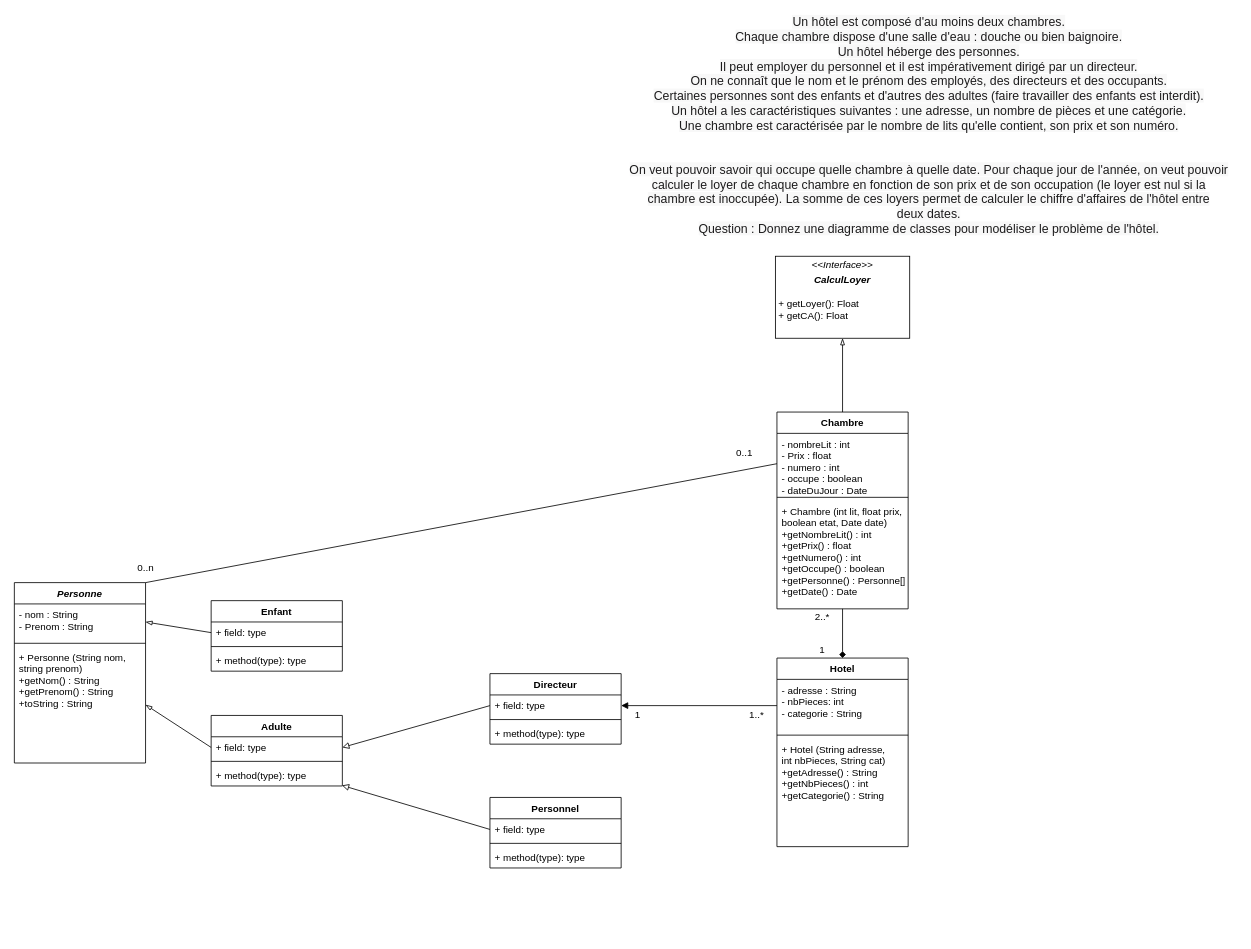
Above: exo10-ilot4.drawio in valentin-cochin/cda-uml-exos (draw.io), before the change. Source tidied: cells renumbered, new cells numbered last; positions are measured from the earlier drawing's top-left corner, leaving out a move shared by most shapes. Both pictures are drawn from the tidied source at 82%, with x=0, y=0 at pixel (14, 30).
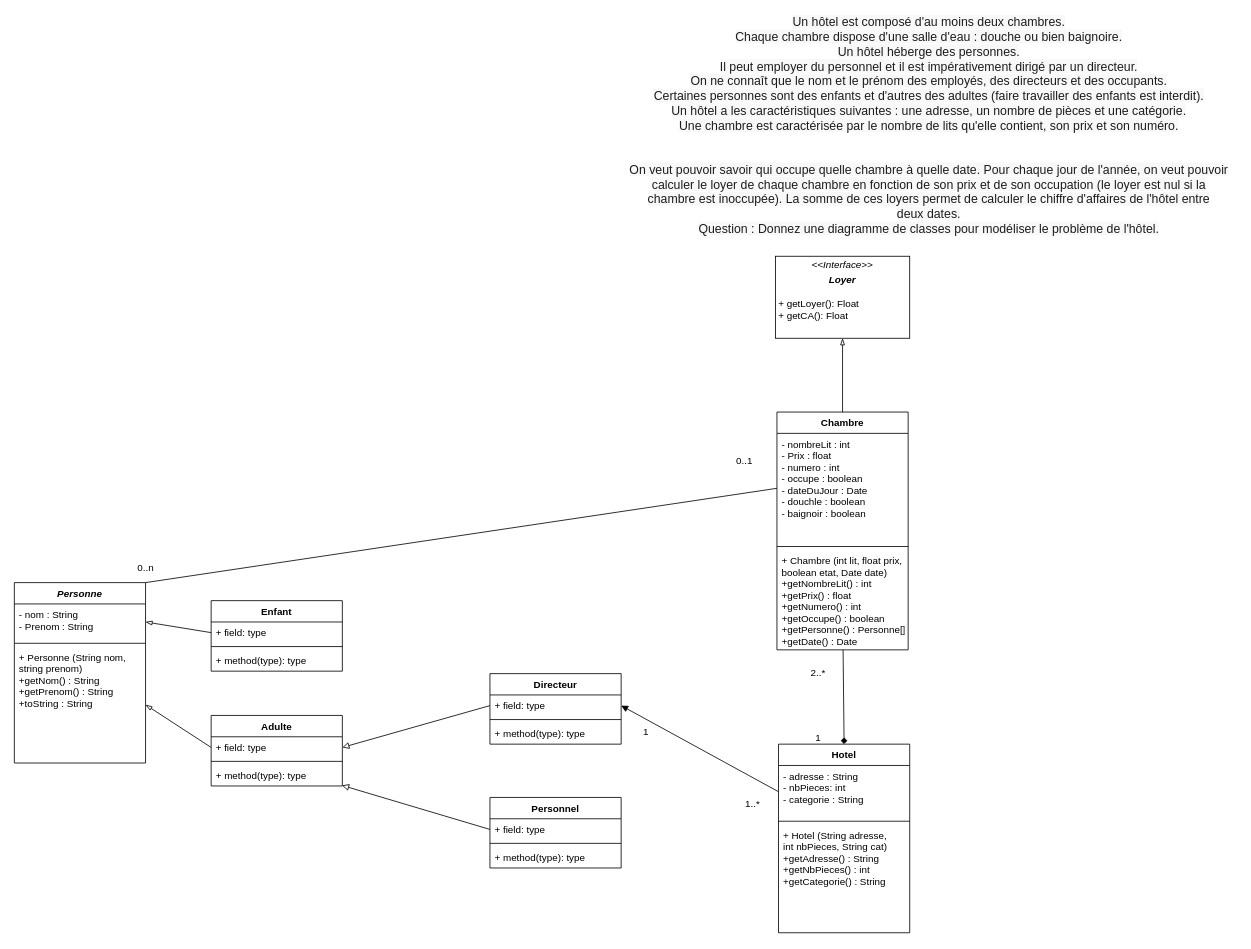
The same diagram, later.

Change to the diagram source:
```diff
@@
     <mxCell id="3" value="Hotel" style="swimlane;fontStyle=1;align=center;verticalAlign=top;horizontal=1;startSize=26;" parent="1" vertex="1">
-      <mxGeometry x="930" y="765" width="160" height="230" as="geometry" />
+      <mxGeometry x="931.9" y="870" width="160" height="230" as="geometry" />
     </mxCell>
@@
     <mxCell id="7" value="Chambre" style="swimlane;fontStyle=1;align=center;verticalAlign=top;horizontal=1;startSize=26;" parent="1" vertex="1">
-      <mxGeometry x="930" y="465" width="160" height="240" as="geometry" />
+      <mxGeometry x="930" y="465" width="160" height="290" as="geometry" />
     </mxCell>
-    <mxCell id="8" value="- nombreLit : int&#10;- Prix : float&#10;- numero : int&#10;- occupe : boolean&#10;- dateDuJour : Date" style="text;strokeColor=none;fillColor=none;align=left;verticalAlign=top;spacingLeft=4;spacingRight=4;overflow=hidden;points=[[0,0.5],[1,0.5]];portConstraint=eastwest;" parent="7" vertex="1">
-      <mxGeometry y="26" width="160" height="74" as="geometry" />
+    <mxCell id="8" value="- nombreLit : int&#10;- Prix : float&#10;- numero : int&#10;- occupe : boolean&#10;- dateDuJour : Date&#10;- douchle : boolean&#10;- baignoir : boolean" style="text;strokeColor=none;fillColor=none;align=left;verticalAlign=top;spacingLeft=4;spacingRight=4;overflow=hidden;points=[[0,0.5],[1,0.5]];portConstraint=eastwest;" parent="7" vertex="1">
+      <mxGeometry y="26" width="160" height="134" as="geometry" />
     </mxCell>
     <mxCell id="9" style="line;strokeWidth=1;fillColor=none;align=left;verticalAlign=middle;spacingTop=-1;spacingLeft=3;spacingRight=3;labelPosition=right;" parent="7" vertex="1">
-      <mxGeometry y="100" width="160" height="8" as="geometry" />
+      <mxGeometry y="160" width="160" height="8" as="geometry" />
     </mxCell>
     <mxCell id="10" value="+ Chambre (int lit, float prix,&#10;boolean etat, Date date)&#10;+getNombreLit() : int&#10;+getPrix() : float&#10;+getNumero() : int&#10;+getOccupe() : boolean&#10;+getPersonne() : Personne[]&#10;+getDate() : Date" style="text;strokeColor=none;fillColor=none;align=left;verticalAlign=top;spacingLeft=4;spacingRight=4;overflow=hidden;points=[[0,0.5],[1,0.5]];portConstraint=eastwest;" parent="7" vertex="1">
-      <mxGeometry y="108" width="160" height="132" as="geometry" />
+      <mxGeometry y="168" width="160" height="122" as="geometry" />
     </mxCell>
@@
     <mxCell id="37" value="1" style="text;html=1;align=center;verticalAlign=middle;" parent="1" vertex="1">
-      <mxGeometry x="750" y="825" width="20" height="20" as="geometry" />
+      <mxGeometry x="760" y="845" width="20" height="20" as="geometry" />
     </mxCell>
     <mxCell id="38" value="1..*" style="text;html=1;align=center;verticalAlign=middle;" parent="1" vertex="1">
-      <mxGeometry x="890" y="825" width="30" height="20" as="geometry" />
+      <mxGeometry x="885" y="933" width="30" height="20" as="geometry" />
     </mxCell>
     <mxCell id="39" value="2..*" style="text;html=1;align=center;verticalAlign=middle;" parent="1" vertex="1">
-      <mxGeometry x="970" y="705" width="30" height="20" as="geometry" />
+      <mxGeometry x="965" y="773" width="30" height="20" as="geometry" />
     </mxCell>
     <mxCell id="40" value="1" style="text;html=1;align=center;verticalAlign=middle;" parent="1" vertex="1">
-      <mxGeometry x="975" y="745" width="20" height="20" as="geometry" />
+      <mxGeometry x="970" y="853" width="20" height="20" as="geometry" />
     </mxCell>
@@
     <mxCell id="42" value="0..1" style="text;html=1;align=center;verticalAlign=middle;" parent="1" vertex="1">
-      <mxGeometry x="870" y="505" width="40" height="20" as="geometry" />
+      <mxGeometry x="870" y="515" width="40" height="20" as="geometry" />
     </mxCell>
@@
-    <mxCell id="44" value="&lt;p style=&quot;margin: 0px ; margin-top: 4px ; text-align: center&quot;&gt;&lt;i&gt;&amp;lt;&amp;lt;Interface&amp;gt;&amp;gt;&lt;/i&gt;&lt;/p&gt;&lt;p style=&quot;margin: 0px ; margin-top: 4px ; text-align: center&quot;&gt;&lt;i&gt;&lt;b&gt;CalculLoyer&lt;/b&gt;&lt;/i&gt;&lt;br&gt;&lt;/p&gt;&lt;p style=&quot;margin: 0px ; margin-left: 4px&quot;&gt;&lt;/p&gt;&lt;p style=&quot;margin: 0px ; margin-left: 4px&quot;&gt;&lt;br&gt;&lt;/p&gt;&lt;p style=&quot;margin: 0px ; margin-left: 4px&quot;&gt;+ getLoyer(): Float&lt;br&gt;+ getCA(): Float&lt;br&gt;&lt;/p&gt;" style="verticalAlign=top;align=left;overflow=fill;fontSize=12;fontFamily=Helvetica;html=1;" parent="1" vertex="1">
+    <mxCell id="44" value="&lt;p style=&quot;margin: 0px ; margin-top: 4px ; text-align: center&quot;&gt;&lt;i&gt;&amp;lt;&amp;lt;Interface&amp;gt;&amp;gt;&lt;/i&gt;&lt;/p&gt;&lt;p style=&quot;margin: 0px ; margin-top: 4px ; text-align: center&quot;&gt;&lt;i&gt;&lt;b&gt;Loyer&lt;/b&gt;&lt;/i&gt;&lt;br&gt;&lt;/p&gt;&lt;p style=&quot;margin: 0px ; margin-left: 4px&quot;&gt;&lt;/p&gt;&lt;p style=&quot;margin: 0px ; margin-left: 4px&quot;&gt;&lt;br&gt;&lt;/p&gt;&lt;p style=&quot;margin: 0px ; margin-left: 4px&quot;&gt;+ getLoyer(): Float&lt;br&gt;+ getCA(): Float&lt;br&gt;&lt;/p&gt;" style="verticalAlign=top;align=left;overflow=fill;fontSize=12;fontFamily=Helvetica;html=1;" parent="1" vertex="1">
       <mxGeometry x="928.1" y="275" width="163.8" height="100" as="geometry" />
     </mxCell>
```
